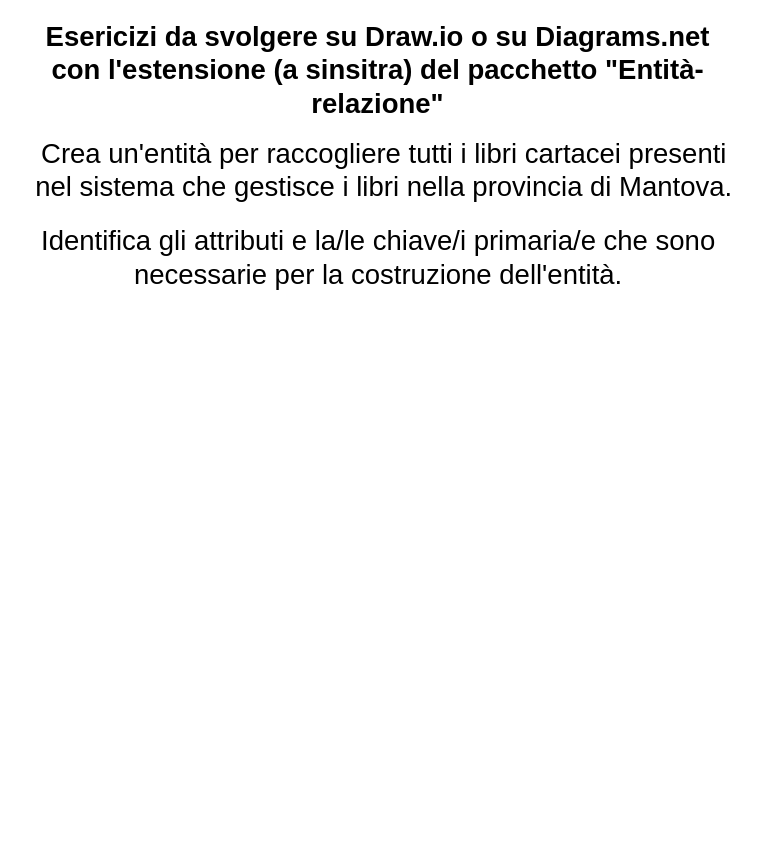
Before: AS_2024_2025/5IA_Informatica/Lezioni/UD_2/Esercizi_ER/Entità3.drawio in FrancescoGobbi/Didattica_GalileoGalilei_Ostiglia, a draw.io diagram. Source tidied: cells renumbered, new cells numbered last; positions are measured from the earlier drawing's top-left corner, leaving out a move shared by most shapes. Both pictures are drawn from the tidied source at 125%, with x=0, y=0 at pixel (21, 51).
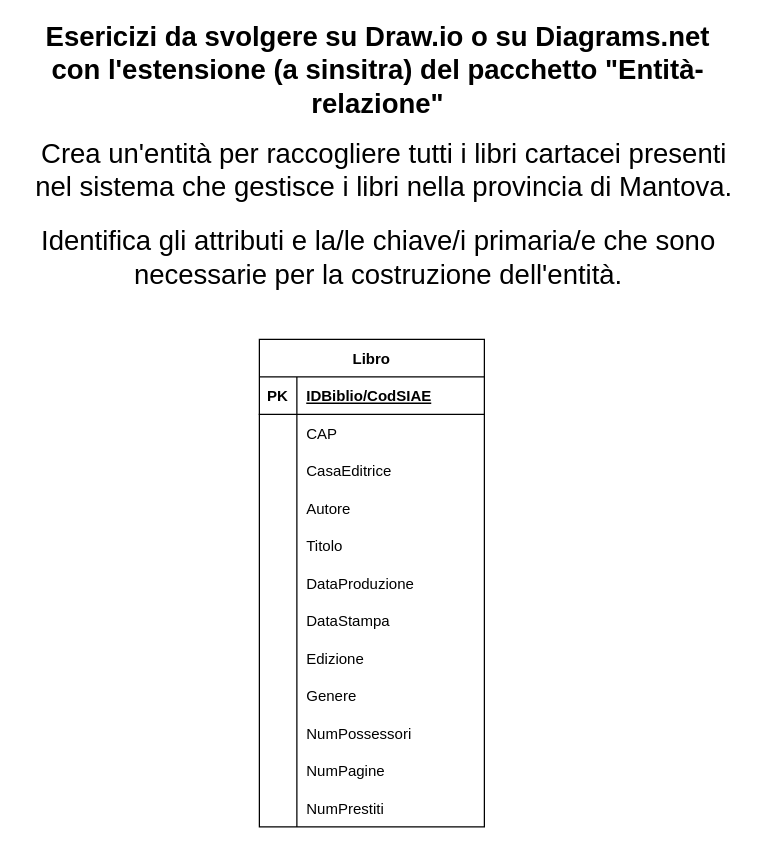
The same diagram, later.

Diff of the diagram source:
```diff
@@
+    <mxCell id="5" value="Libro" style="shape=table;startSize=30;childLayout=tableLayout;rowLines=0;fontStyle=1;align=center;" parent="1" vertex="1">
+      <mxGeometry x="190" y="230" width="180" height="390" as="geometry" />
+    </mxCell>
+    <mxCell id="6" style="shape=tableRow;horizontal=0;startSize=0;swimlaneHead=0;swimlaneBody=0;fillColor=none;top=0;left=0;right=0;bottom=1;" parent="5" vertex="1">
+      <mxGeometry y="30" width="180" height="30" as="geometry" />
+    </mxCell>
+    <mxCell id="7" value="PK" style="shape=partialRectangle;fillColor=none;top=0;left=0;bottom=0;right=0;fontStyle=1;overflow=hidden;" parent="6" vertex="1">
+      <mxGeometry width="30" height="30" as="geometry" />
+    </mxCell>
+    <mxCell id="8" value="IDBiblio/CodSIAE" style="shape=partialRectangle;fillColor=none;top=0;left=0;bottom=0;right=0;align=left;spacingLeft=6;fontStyle=5;overflow=hidden;" parent="6" vertex="1">
+      <mxGeometry x="30" width="150" height="30" as="geometry" />
+    </mxCell>
+    <mxCell id="9" style="shape=tableRow;horizontal=0;startSize=0;swimlaneHead=0;swimlaneBody=0;fillColor=none;top=0;left=0;right=0;bottom=0;" parent="5" vertex="1">
+      <mxGeometry y="60" width="180" height="30" as="geometry" />
+    </mxCell>
+    <mxCell id="10" style="shape=partialRectangle;fillColor=none;top=0;left=0;bottom=0;right=0;overflow=hidden;" parent="9" vertex="1">
+      <mxGeometry width="30" height="30" as="geometry" />
+    </mxCell>
+    <mxCell id="11" value="CAP" style="shape=partialRectangle;fillColor=none;top=0;left=0;bottom=0;right=0;align=left;spacingLeft=6;overflow=hidden;" parent="9" vertex="1">
+      <mxGeometry x="30" width="150" height="30" as="geometry" />
+    </mxCell>
+    <mxCell id="12" style="shape=tableRow;horizontal=0;startSize=0;swimlaneHead=0;swimlaneBody=0;fillColor=none;top=0;left=0;right=0;bottom=0;" parent="5" vertex="1">
+      <mxGeometry y="90" width="180" height="30" as="geometry" />
+    </mxCell>
+    <mxCell id="13" style="shape=partialRectangle;fillColor=none;top=0;left=0;bottom=0;right=0;overflow=hidden;" parent="12" vertex="1">
+      <mxGeometry width="30" height="30" as="geometry" />
+    </mxCell>
+    <mxCell id="14" value="CasaEditrice" style="shape=partialRectangle;fillColor=none;top=0;left=0;bottom=0;right=0;align=left;spacingLeft=6;overflow=hidden;" parent="12" vertex="1">
+      <mxGeometry x="30" width="150" height="30" as="geometry" />
+    </mxCell>
+    <mxCell id="15" style="shape=tableRow;horizontal=0;startSize=0;swimlaneHead=0;swimlaneBody=0;fillColor=none;top=0;left=0;right=0;bottom=0;" parent="5" vertex="1">
+      <mxGeometry y="120" width="180" height="30" as="geometry" />
+    </mxCell>
+    <mxCell id="16" style="shape=partialRectangle;fillColor=none;top=0;left=0;bottom=0;right=0;overflow=hidden;" parent="15" vertex="1">
+      <mxGeometry width="30" height="30" as="geometry" />
+    </mxCell>
+    <mxCell id="17" value="Autore" style="shape=partialRectangle;fillColor=none;top=0;left=0;bottom=0;right=0;align=left;spacingLeft=6;overflow=hidden;" parent="15" vertex="1">
+      <mxGeometry x="30" width="150" height="30" as="geometry" />
+    </mxCell>
+    <mxCell id="18" style="shape=tableRow;horizontal=0;startSize=0;swimlaneHead=0;swimlaneBody=0;fillColor=none;top=0;left=0;right=0;bottom=0;" parent="5" vertex="1">
+      <mxGeometry y="150" width="180" height="30" as="geometry" />
+    </mxCell>
+    <mxCell id="19" style="shape=partialRectangle;fillColor=none;top=0;left=0;bottom=0;right=0;overflow=hidden;" parent="18" vertex="1">
+      <mxGeometry width="30" height="30" as="geometry" />
+    </mxCell>
+    <mxCell id="20" value="Titolo" style="shape=partialRectangle;fillColor=none;top=0;left=0;bottom=0;right=0;align=left;spacingLeft=6;overflow=hidden;" parent="18" vertex="1">
+      <mxGeometry x="30" width="150" height="30" as="geometry" />
+    </mxCell>
+    <mxCell id="21" style="shape=tableRow;horizontal=0;startSize=0;swimlaneHead=0;swimlaneBody=0;fillColor=none;top=0;left=0;right=0;bottom=0;" parent="5" vertex="1">
+      <mxGeometry y="180" width="180" height="30" as="geometry" />
+    </mxCell>
+    <mxCell id="22" style="shape=partialRectangle;fillColor=none;top=0;left=0;bottom=0;right=0;overflow=hidden;" parent="21" vertex="1">
+      <mxGeometry width="30" height="30" as="geometry" />
+    </mxCell>
+    <mxCell id="23" value="DataProduzione" style="shape=partialRectangle;fillColor=none;top=0;left=0;bottom=0;right=0;align=left;spacingLeft=6;overflow=hidden;" parent="21" vertex="1">
+      <mxGeometry x="30" width="150" height="30" as="geometry" />
+    </mxCell>
+    <mxCell id="24" style="shape=tableRow;horizontal=0;startSize=0;swimlaneHead=0;swimlaneBody=0;fillColor=none;top=0;left=0;right=0;bottom=0;" parent="5" vertex="1">
+      <mxGeometry y="210" width="180" height="30" as="geometry" />
+    </mxCell>
+    <mxCell id="25" style="shape=partialRectangle;fillColor=none;top=0;left=0;bottom=0;right=0;overflow=hidden;" parent="24" vertex="1">
+      <mxGeometry width="30" height="30" as="geometry" />
+    </mxCell>
+    <mxCell id="26" value="DataStampa" style="shape=partialRectangle;fillColor=none;top=0;left=0;bottom=0;right=0;align=left;spacingLeft=6;overflow=hidden;" parent="24" vertex="1">
+      <mxGeometry x="30" width="150" height="30" as="geometry" />
+    </mxCell>
+    <mxCell id="27" style="shape=tableRow;horizontal=0;startSize=0;swimlaneHead=0;swimlaneBody=0;fillColor=none;top=0;left=0;right=0;bottom=0;" parent="5" vertex="1">
+      <mxGeometry y="240" width="180" height="30" as="geometry" />
+    </mxCell>
+    <mxCell id="28" style="shape=partialRectangle;fillColor=none;top=0;left=0;bottom=0;right=0;overflow=hidden;" parent="27" vertex="1">
+      <mxGeometry width="30" height="30" as="geometry" />
+    </mxCell>
+    <mxCell id="29" value="Edizione" style="shape=partialRectangle;fillColor=none;top=0;left=0;bottom=0;right=0;align=left;spacingLeft=6;overflow=hidden;" parent="27" vertex="1">
+      <mxGeometry x="30" width="150" height="30" as="geometry" />
+    </mxCell>
+    <mxCell id="30" style="shape=tableRow;horizontal=0;startSize=0;swimlaneHead=0;swimlaneBody=0;fillColor=none;top=0;left=0;right=0;bottom=0;" parent="5" vertex="1">
+      <mxGeometry y="270" width="180" height="30" as="geometry" />
+    </mxCell>
+    <mxCell id="31" style="shape=partialRectangle;fillColor=none;top=0;left=0;bottom=0;right=0;overflow=hidden;" parent="30" vertex="1">
+      <mxGeometry width="30" height="30" as="geometry" />
+    </mxCell>
+    <mxCell id="32" value="Genere" style="shape=partialRectangle;fillColor=none;top=0;left=0;bottom=0;right=0;align=left;spacingLeft=6;overflow=hidden;" parent="30" vertex="1">
+      <mxGeometry x="30" width="150" height="30" as="geometry" />
+    </mxCell>
+    <mxCell id="33" style="shape=tableRow;horizontal=0;startSize=0;swimlaneHead=0;swimlaneBody=0;fillColor=none;top=0;left=0;right=0;bottom=0;" parent="5" vertex="1">
+      <mxGeometry y="300" width="180" height="30" as="geometry" />
+    </mxCell>
+    <mxCell id="34" style="shape=partialRectangle;fillColor=none;top=0;left=0;bottom=0;right=0;overflow=hidden;" parent="33" vertex="1">
+      <mxGeometry width="30" height="30" as="geometry" />
+    </mxCell>
+    <mxCell id="35" value="NumPossessori" style="shape=partialRectangle;fillColor=none;top=0;left=0;bottom=0;right=0;align=left;spacingLeft=6;overflow=hidden;" parent="33" vertex="1">
+      <mxGeometry x="30" width="150" height="30" as="geometry" />
+    </mxCell>
+    <mxCell id="36" style="shape=tableRow;horizontal=0;startSize=0;swimlaneHead=0;swimlaneBody=0;fillColor=none;top=0;left=0;right=0;bottom=0;" parent="5" vertex="1">
+      <mxGeometry y="330" width="180" height="30" as="geometry" />
+    </mxCell>
+    <mxCell id="37" style="shape=partialRectangle;fillColor=none;top=0;left=0;bottom=0;right=0;overflow=hidden;" parent="36" vertex="1">
+      <mxGeometry width="30" height="30" as="geometry" />
+    </mxCell>
+    <mxCell id="38" value="NumPagine" style="shape=partialRectangle;fillColor=none;top=0;left=0;bottom=0;right=0;align=left;spacingLeft=6;overflow=hidden;" parent="36" vertex="1">
+      <mxGeometry x="30" width="150" height="30" as="geometry" />
+    </mxCell>
+    <mxCell id="39" style="shape=tableRow;horizontal=0;startSize=0;swimlaneHead=0;swimlaneBody=0;fillColor=none;top=0;left=0;right=0;bottom=0;" parent="5" vertex="1">
+      <mxGeometry y="360" width="180" height="30" as="geometry" />
+    </mxCell>
+    <mxCell id="40" style="shape=partialRectangle;fillColor=none;top=0;left=0;bottom=0;right=0;overflow=hidden;" parent="39" vertex="1">
+      <mxGeometry width="30" height="30" as="geometry" />
+    </mxCell>
+    <mxCell id="41" value="NumPrestiti" style="shape=partialRectangle;fillColor=none;top=0;left=0;bottom=0;right=0;align=left;spacingLeft=6;overflow=hidden;" parent="39" vertex="1">
+      <mxGeometry x="30" width="150" height="30" as="geometry" />
+    </mxCell>
```
